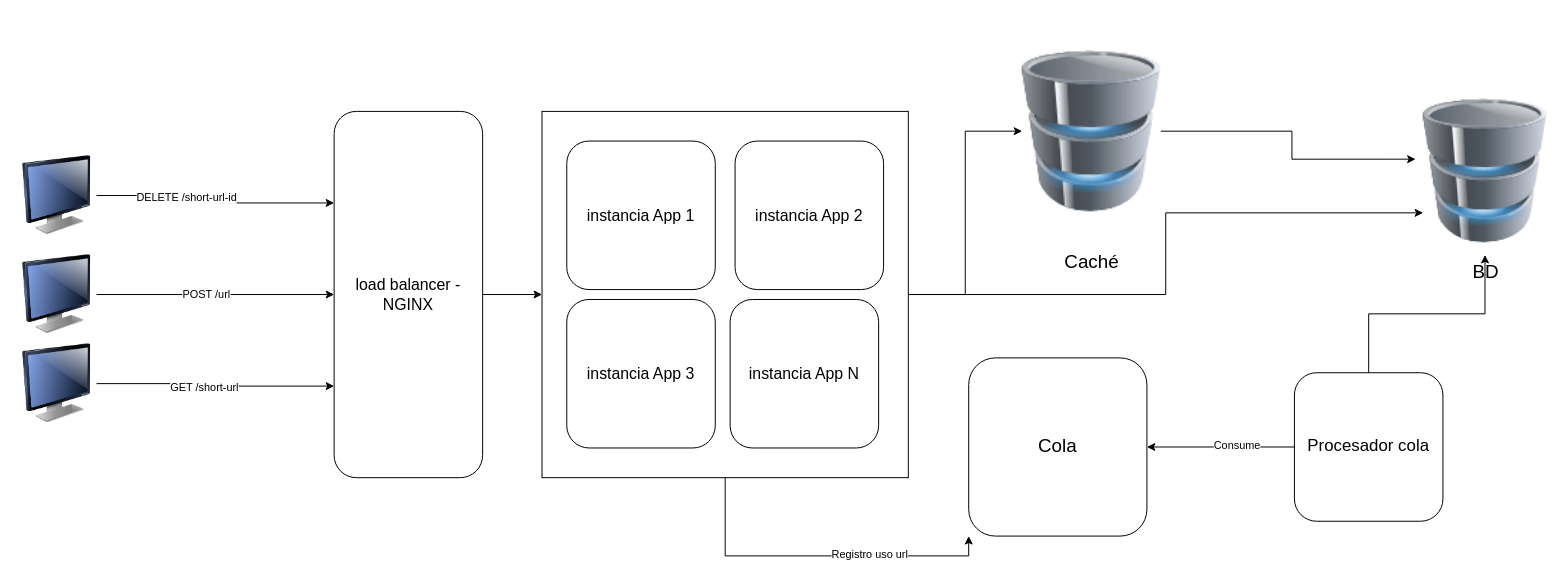
Earlier version of the draw.io diagram diagrama.drawio (Jesusvalopez/urlShortener). Source tidied: cells renumbered, new cells numbered last; positions are measured from the earlier drawing's top-left corner, leaving out a move shared by most shapes. Both pictures are drawn from the tidied source at 99%, with x=0, y=0 at pixel (17, 17).
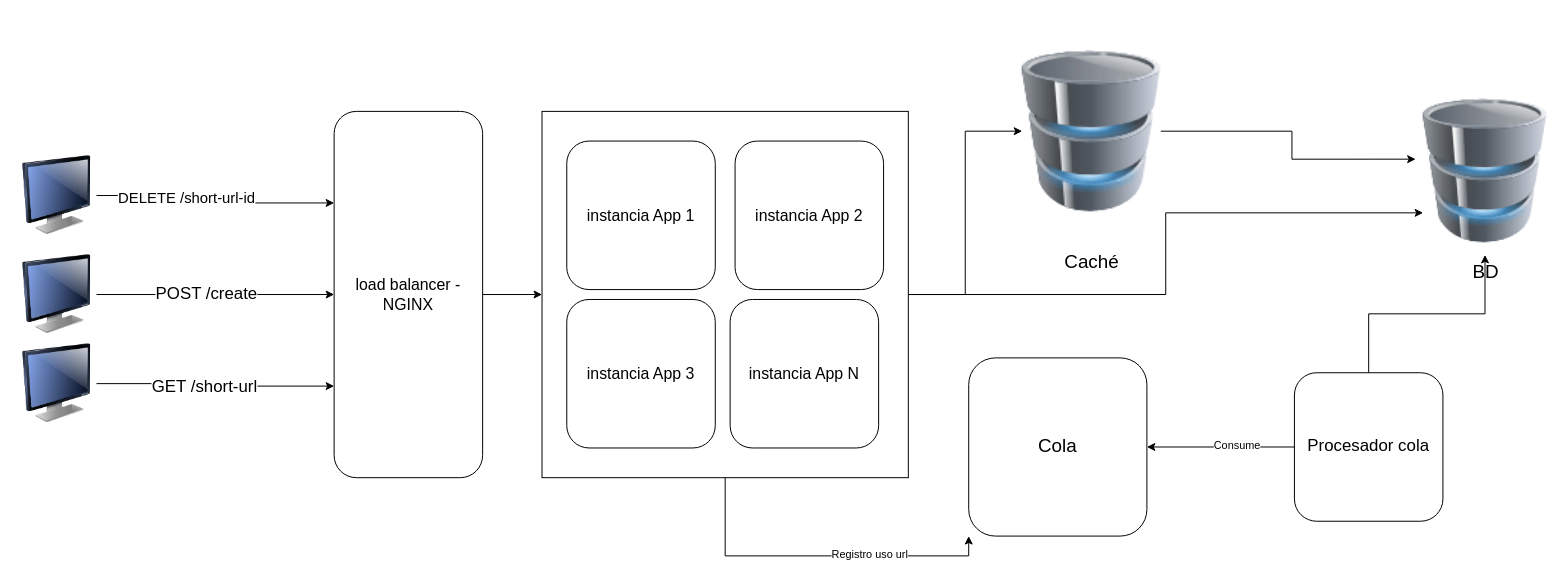
The same page after the edit.

The change refers to these unchanged cells:
```xml
<mxCell id="7" style="edgeStyle=orthogonalEdgeStyle;rounded=0;jettySize=auto;html=1;entryX=0;entryY=0.75;entryDx=0;entryDy=0;" parent="1" edge="1" source="10" target="6">
  <mxGeometry relative="1" as="geometry" />
</mxCell>
<mxCell id="11" style="edgeStyle=orthogonalEdgeStyle;rounded=0;jettySize=auto;html=1;entryX=0;entryY=0.25;entryDx=0;entryDy=0;" parent="1" edge="1" source="13" target="6">
  <mxGeometry relative="1" as="geometry" />
</mxCell>
<mxCell id="14" style="edgeStyle=orthogonalEdgeStyle;rounded=0;jettySize=auto;html=1;entryX=0;entryY=0.5;entryDx=0;entryDy=0;" parent="1" edge="1" source="16" target="6">
  <mxGeometry relative="1" as="geometry" />
</mxCell>
```

Diff of the diagram source:
```diff
@@
-    <mxCell id="9" value="GET /short-url" style="edgeLabel;html=1;align=center;verticalAlign=middle;" parent="7" vertex="1">
+    <mxCell id="9" value="GET /short-url" style="edgeLabel;html=1;align=center;verticalAlign=middle;fontSize=17;" parent="7" vertex="1">
       <mxGeometry x="-0.11" y="-3" relative="1" as="geometry" />
     </mxCell>
@@
-    <mxCell id="12" value="DELETE /short-url-id" style="edgeLabel;html=1;align=center;verticalAlign=middle;" parent="11" vertex="1">
+    <mxCell id="12" value="DELETE /short-url-id" style="edgeLabel;html=1;align=center;verticalAlign=middle;fontSize=15;" parent="11" vertex="1">
       <mxGeometry x="-0.27" y="-1" relative="1" as="geometry" />
     </mxCell>
@@
-    <mxCell id="15" value="POST /url" style="edgeLabel;html=1;align=center;verticalAlign=middle;" parent="14" vertex="1">
+    <mxCell id="15" value="POST /create" style="edgeLabel;html=1;align=center;verticalAlign=middle;fontSize=17;" parent="14" vertex="1">
       <mxGeometry x="-0.08" y="1" relative="1" as="geometry" />
     </mxCell>
```
